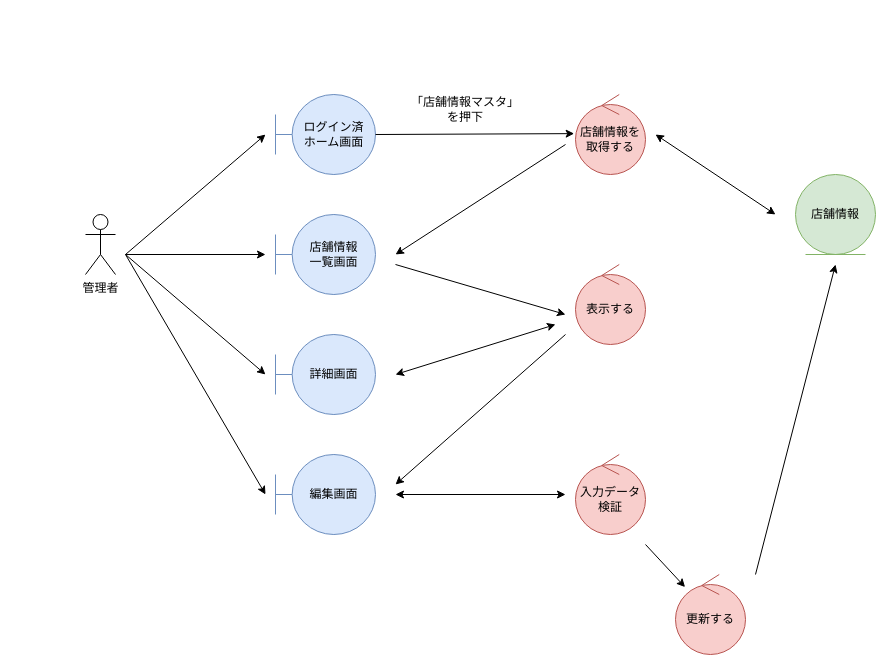
Earlier version of the draw.io diagram page "*店舗情報管理_編集" (3 of 4) of 各種設計書/3ロバストネス図/マスタ管理/2.店舗情報マスタ.drawio (HaruShim/Sotuken). Source tidied: cells renumbered, new cells numbered last; positions are measured from the earlier drawing's top-left corner, leaving out a move shared by most shapes. Both pictures are drawn from the tidied source at 100%, with x=0, y=0 at pixel (85, 94).
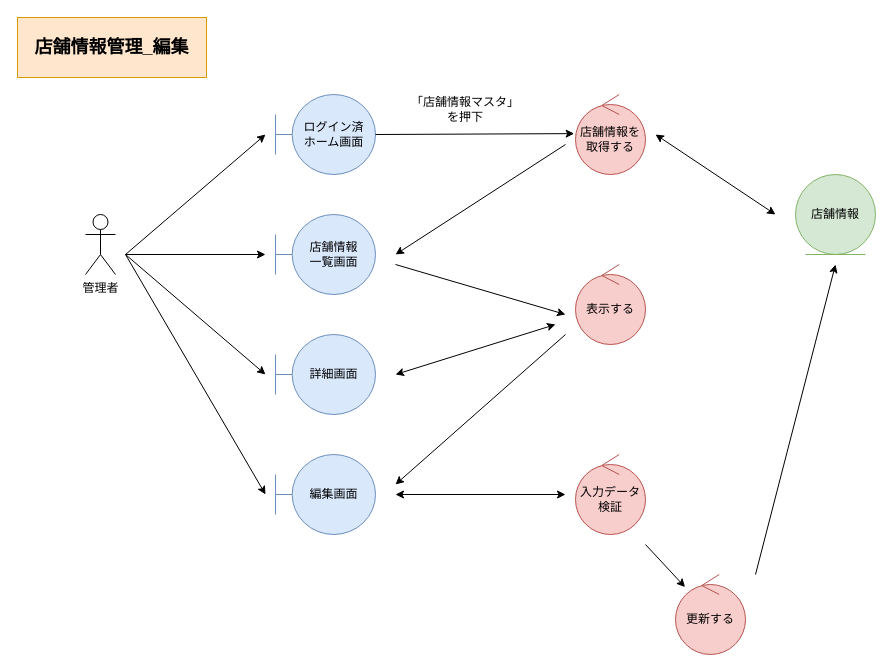
After the change.

The edit, as a diff of the source:
```diff
@@
+    <mxCell id="26" value="店舗情報管理_編集" style="rounded=0;whiteSpace=wrap;html=1;fillColor=#ffe6cc;strokeColor=#d79b00;fontStyle=1;fontSize=18;" parent="1" vertex="1">
+      <mxGeometry x="-68" y="-77" width="189" height="60" as="geometry" />
+    </mxCell>
```
